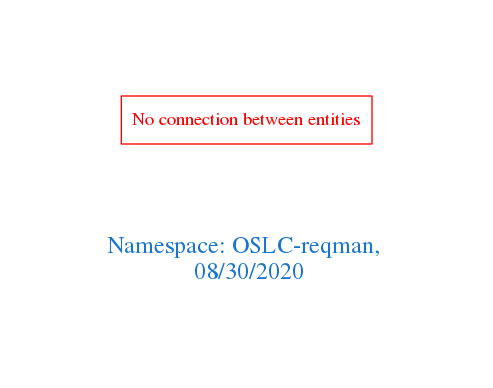
Above: downloads/OSLC-reqman.png in arago/OGIT (Graphviz), before the change. Its source is kept beside it as downloads/OSLC-reqman.dot.
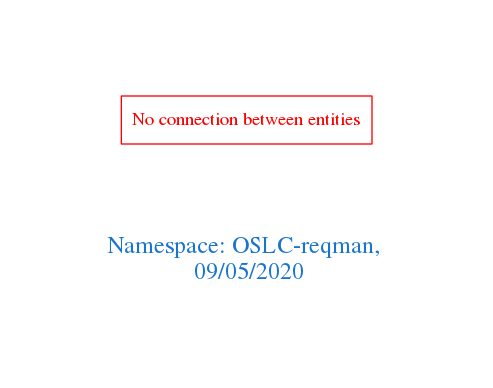
The same diagram one commit later.

Change to the diagram source:
```diff
@@ -1,7 +1,7 @@
 digraph OGIT_ontology {
  graph [ rankdir= LR,pad=1
 fontsize = 18,
-fontcolor= dodgerblue3,label = "\n\n\nNamespace: OSLC-reqman, \n 08/30/2020"];
+fontcolor= dodgerblue3,label = "\n\n\nNamespace: OSLC-reqman, \n 09/05/2020"];
 node[shape=polygon];
 edge [  color="gray81"];
 
```
